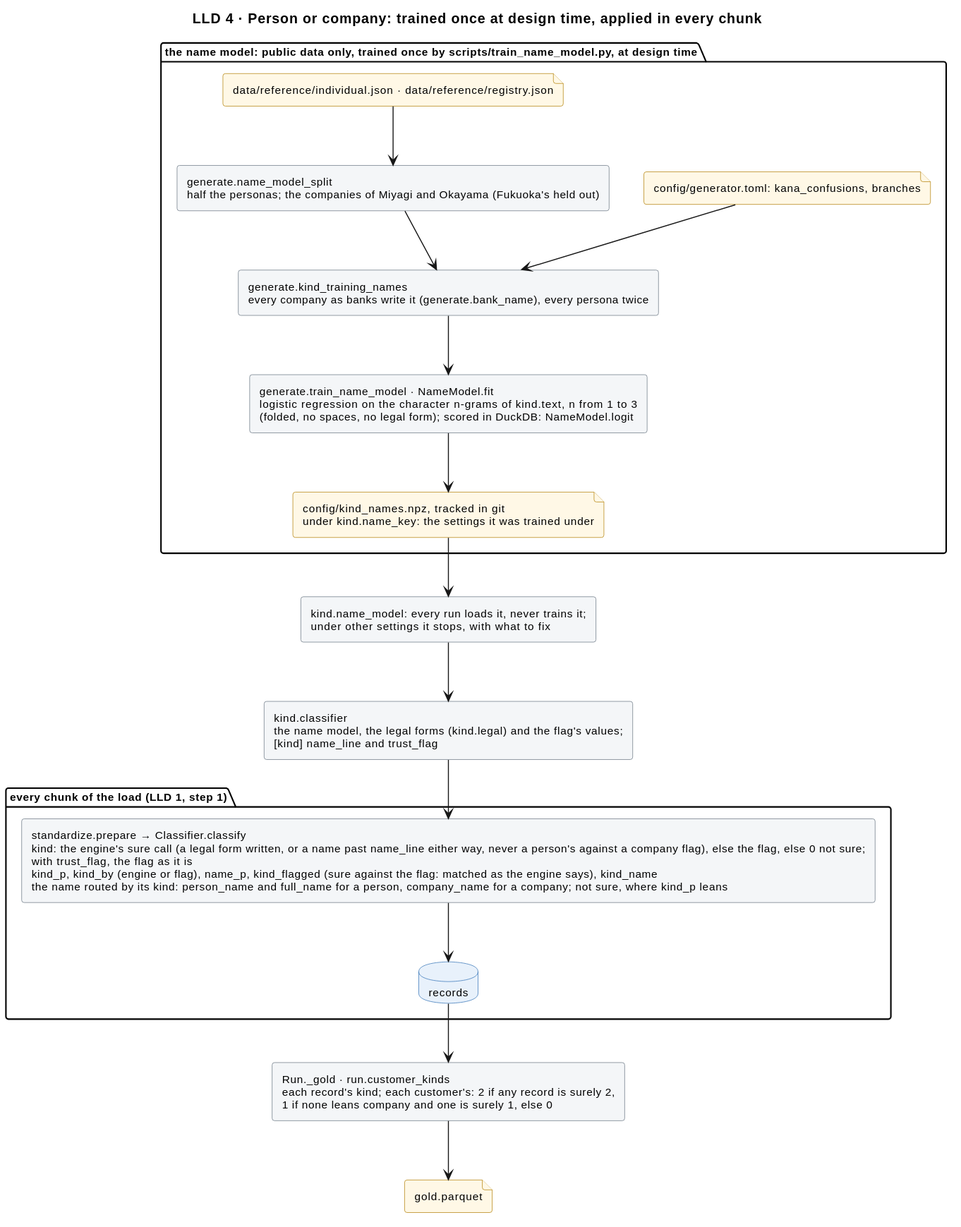
Earlier version of the PlantUML export docs/diagrams/kind.svg (mvsbm/entity_matching).
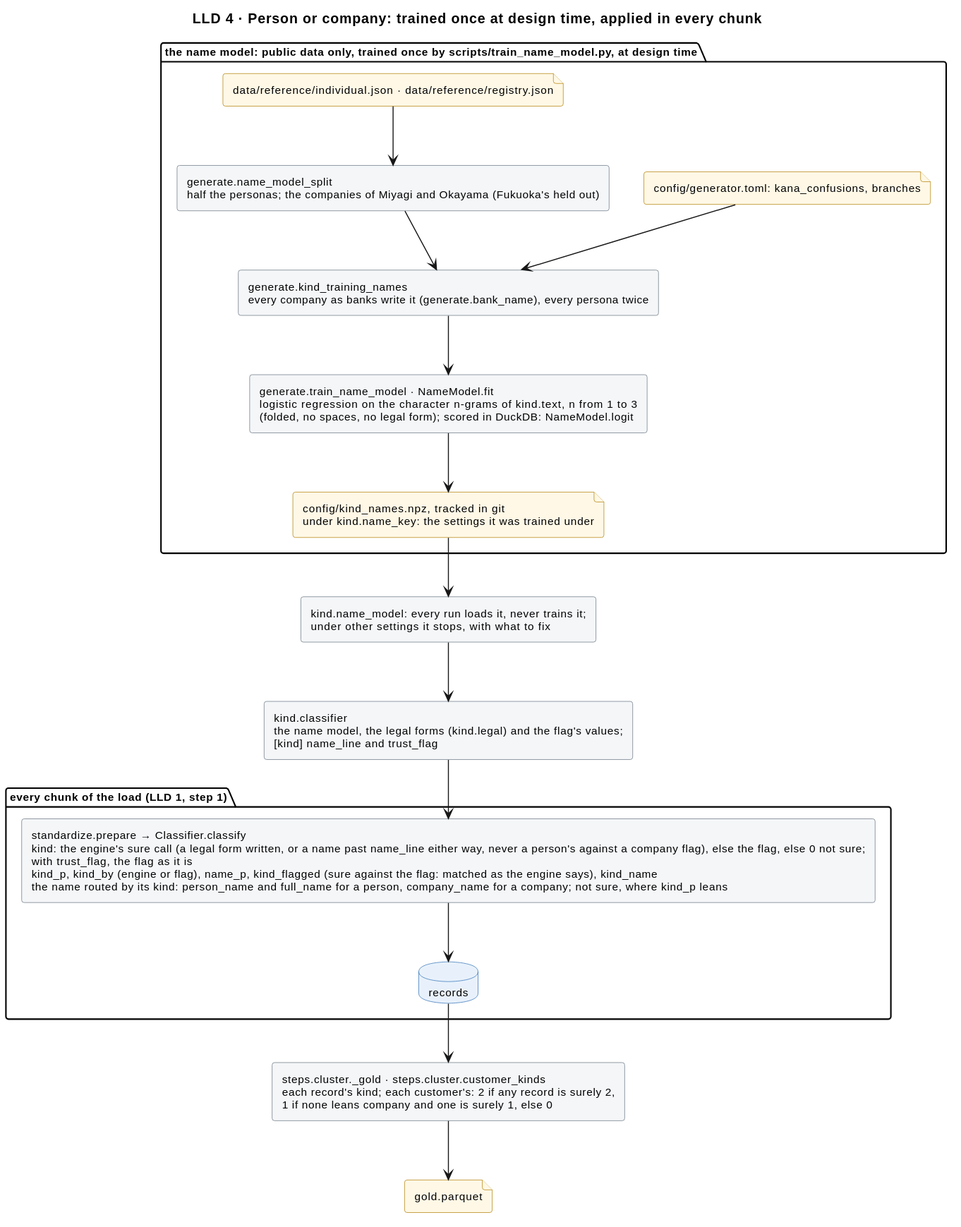
Above is the later version.

The edit, as a diff of the source:
```diff
@@ -31,7 +31,7 @@
   database "records" as records
 }
 
-rectangle "Run._gold · run.customer_kinds\neach record's kind; each customer's: 2 if any record is surely 2,\n1 if none leans company and one is surely 1, else 0" as gold
+rectangle "steps.cluster._gold · steps.cluster.customer_kinds\neach record's kind; each customer's: 2 if any record is surely 2,\n1 if none leans company and one is surely 1, else 0" as gold
 file "gold.parquet" as f_gold
 
 f_ref --> split
```
